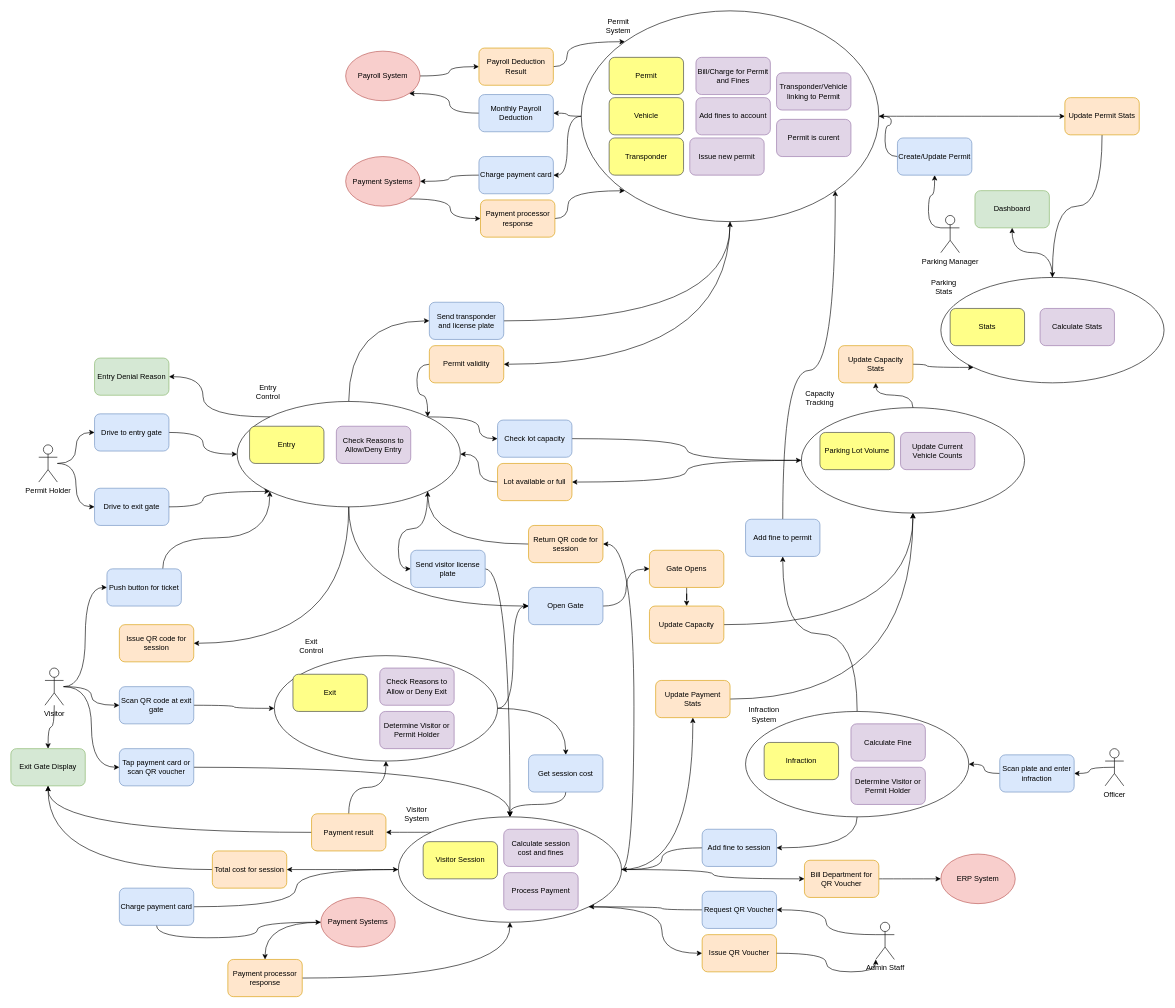
Earlier version of the draw.io diagram mvp.drawio (harwoodr/drawio). Source tidied: cells renumbered, new cells numbered last; positions are measured from the earlier drawing's top-left corner, leaving out a move shared by most shapes. Both pictures are drawn from the tidied source at 62%, with x=0, y=0 at pixel (11, 11).
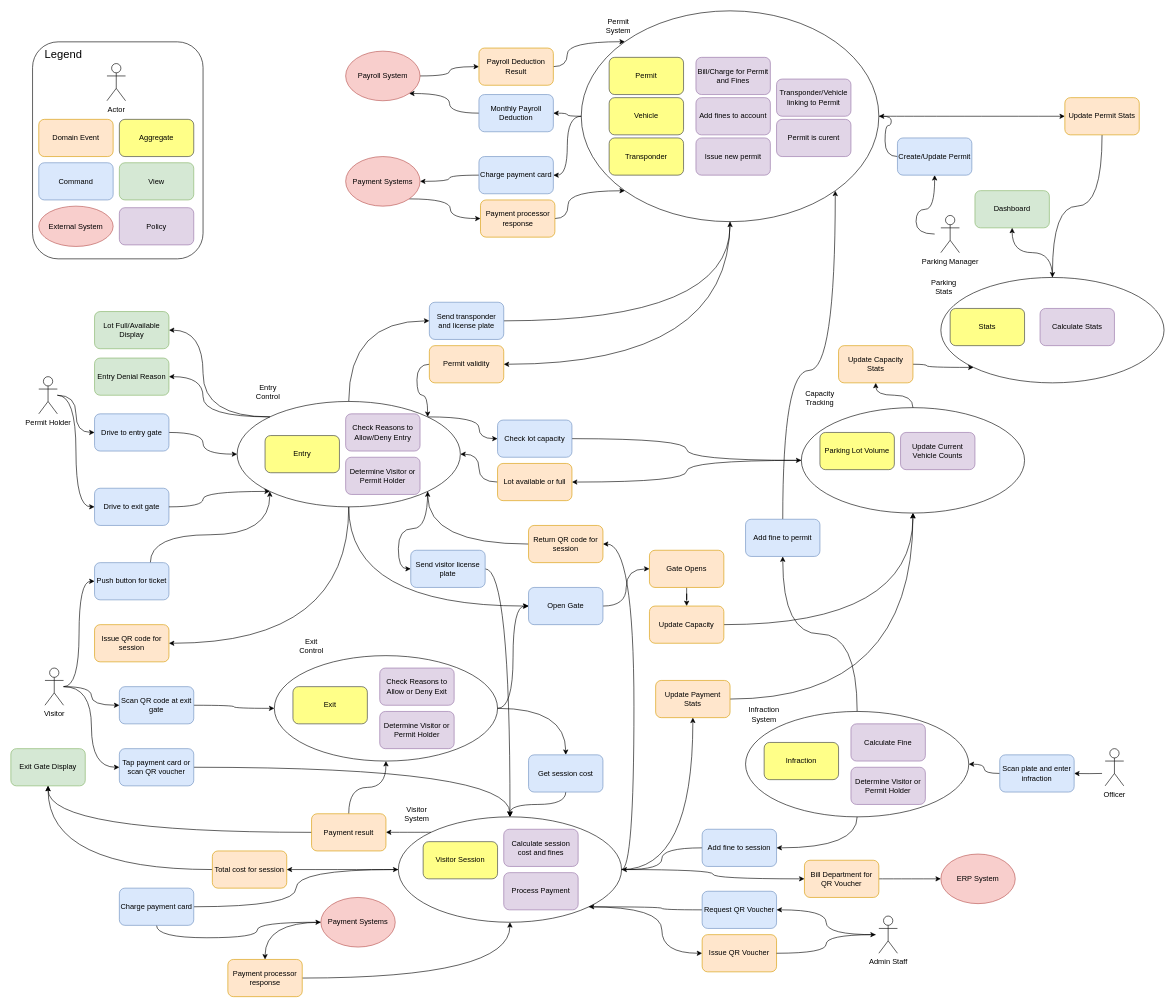
The same page after the edit.

The change refers to these unchanged cells:
```xml
<mxCell id="15" style="ellipse;whiteSpace=wrap;html=1;fillColor=none;rounded=1;" parent="1" vertex="1">
  <mxGeometry x="365" y="630" width="360" height="170" as="geometry" />
</mxCell>
<mxCell id="36" value="Exit Gate Display" style="rounded=1;whiteSpace=wrap;html=1;fillColor=#d5e8d4;strokeColor=#82b366;" parent="1" vertex="1">
  <mxGeometry y="1190" width="120" height="60" as="geometry" />
</mxCell>
<mxCell id="43" value="Visitor" style="shape=umlActor;verticalLabelPosition=bottom;verticalAlign=top;html=1;rounded=1;" parent="1" vertex="1">
  <mxGeometry x="55" y="1060" width="30" height="60" as="geometry" />
</mxCell>
<mxCell id="76" value="Officer" style="shape=umlActor;verticalLabelPosition=bottom;verticalAlign=top;html=1;outlineConnect=0;rounded=1;" parent="1" vertex="1">
  <mxGeometry x="1765" y="1190" width="30" height="60" as="geometry" />
</mxCell>
<mxCell id="81" value="Parking Manager" style="shape=umlActor;verticalLabelPosition=bottom;verticalAlign=top;html=1;outlineConnect=0;rounded=1;" parent="1" vertex="1">
  <mxGeometry x="1500" y="330" width="30" height="60" as="geometry" />
</mxCell>
<mxCell id="86" value="Scan plate and enter infraction" style="rounded=1;whiteSpace=wrap;html=1;fillColor=#dae8fc;strokeColor=#6c8ebf;" parent="1" vertex="1">
  <mxGeometry x="1595" y="1200" width="120" height="60" as="geometry" />
</mxCell>
<mxCell id="135" value="Create/Update Permit" style="rounded=1;whiteSpace=wrap;html=1;fillColor=#dae8fc;strokeColor=#6c8ebf;" parent="1" vertex="1">
  <mxGeometry x="1430" y="205" width="120" height="60" as="geometry" />
</mxCell>
<mxCell id="138" value="Request QR Voucher" style="rounded=1;whiteSpace=wrap;html=1;fillColor=#dae8fc;strokeColor=#6c8ebf;" parent="1" vertex="1">
  <mxGeometry x="1115" y="1420" width="120" height="60" as="geometry" />
</mxCell>
<mxCell id="139" value="Issue QR Voucher" style="rounded=1;whiteSpace=wrap;html=1;fillColor=#ffe6cc;strokeColor=#d79b00;" parent="1" vertex="1">
  <mxGeometry x="1115" y="1490" width="120" height="60" as="geometry" />
</mxCell>
```

Change to the diagram source:
```diff
@@
+    <mxCell id="155" style="edgeStyle=orthogonalEdgeStyle;rounded=0;jettySize=auto;html=1;exitX=0;exitY=0;exitDx=0;exitDy=0;entryX=1;entryY=0.5;entryDx=0;entryDy=0;curved=1;" parent="1" edge="1" source="15" target="157">
+      <mxGeometry relative="1" as="geometry" />
+    </mxCell>
@@
     <mxCell id="26" value="Permit Holder" style="shape=umlActor;verticalLabelPosition=bottom;verticalAlign=top;html=1;rounded=1;" parent="1" vertex="1">
-      <mxGeometry x="45" y="700" width="30" height="60" as="geometry" />
+      <mxGeometry x="45" y="590" width="30" height="60" as="geometry" />
     </mxCell>
     <mxCell id="27" value="Entry" style="rounded=1;whiteSpace=wrap;html=1;fillColor=#ffff88;strokeColor=#36393d;" parent="1" vertex="1">
-      <mxGeometry x="385" y="670" width="120" height="60" as="geometry" />
+      <mxGeometry x="410" y="685" width="120" height="60" as="geometry" />
     </mxCell>
@@
     <mxCell id="31" value="Issue QR code for session" style="rounded=1;whiteSpace=wrap;html=1;fillColor=#ffe6cc;strokeColor=#d79b00;" parent="1" vertex="1">
-      <mxGeometry x="175" y="990" width="120" height="60" as="geometry" />
+      <mxGeometry x="135" y="990" width="120" height="60" as="geometry" />
     </mxCell>
@@
     <mxCell id="33" value="Push button for ticket" style="rounded=1;whiteSpace=wrap;html=1;fillColor=#dae8fc;strokeColor=#6c8ebf;" parent="1" vertex="1">
-      <mxGeometry x="155" y="900" width="120" height="60" as="geometry" />
+      <mxGeometry x="135" y="890" width="120" height="60" as="geometry" />
     </mxCell>
@@
-    <mxCell id="39" style="edgeStyle=orthogonalEdgeStyle;rounded=1;jettySize=auto;html=1;entryX=0.5;entryY=0;entryDx=0;entryDy=0;curved=1;" parent="1" edge="1" source="43" target="36">
-      <mxGeometry relative="1" as="geometry" />
-    </mxCell>
@@
-    <mxCell id="75" style="edgeStyle=orthogonalEdgeStyle;rounded=1;jettySize=auto;html=1;exitX=0.5;exitY=0.5;exitDx=0;exitDy=0;exitPerimeter=0;entryX=1;entryY=0.5;entryDx=0;entryDy=0;curved=1;" parent="1" edge="1" source="76" target="86">
-      <mxGeometry relative="1" as="geometry" />
+    <mxCell id="75" style="edgeStyle=orthogonalEdgeStyle;rounded=1;jettySize=auto;html=1;entryX=1;entryY=0.5;entryDx=0;entryDy=0;curved=1;" parent="1" edge="1" target="86">
+      <mxGeometry relative="1" as="geometry">
+        <mxPoint x="1760" y="1230" as="sourcePoint" />
+      </mxGeometry>
     </mxCell>
@@
-    <mxCell id="80" style="edgeStyle=orthogonalEdgeStyle;rounded=0;jettySize=auto;html=1;exitX=0;exitY=0.3333333333333333;exitDx=0;exitDy=0;exitPerimeter=0;entryX=0.5;entryY=1;entryDx=0;entryDy=0;curved=1;" parent="1" edge="1" source="81" target="135">
-      <mxGeometry relative="1" as="geometry" />
+    <mxCell id="80" style="edgeStyle=orthogonalEdgeStyle;rounded=0;jettySize=auto;html=1;entryX=0.5;entryY=1;entryDx=0;entryDy=0;curved=1;" parent="1" edge="1" target="135">
+      <mxGeometry relative="1" as="geometry">
+        <mxPoint x="1490" y="360" as="sourcePoint" />
+        <Array as="points">
+          <mxPoint x="1460" y="360" />
+          <mxPoint x="1460" y="320" />
+          <mxPoint x="1490" y="320" />
+        </Array>
+      </mxGeometry>
     </mxCell>
@@
     <mxCell id="92" value="Exit" style="rounded=1;whiteSpace=wrap;html=1;fillColor=#ffff88;strokeColor=#36393d;" parent="1" vertex="1">
-      <mxGeometry x="455" y="1070" width="120" height="60" as="geometry" />
+      <mxGeometry x="455" y="1090" width="120" height="60" as="geometry" />
     </mxCell>
@@
     <mxCell id="108" value="Transponder/Vehicle linking to Permit" style="rounded=1;whiteSpace=wrap;html=1;fillColor=#e1d5e7;strokeColor=#9673a6;" parent="1" vertex="1">
-      <mxGeometry x="1235" y="100" width="120" height="60" as="geometry" />
+      <mxGeometry x="1235" y="110" width="120" height="60" as="geometry" />
     </mxCell>
     <mxCell id="109" value="Check Reasons to Allow/Deny Entry" style="rounded=1;whiteSpace=wrap;html=1;fillColor=#e1d5e7;strokeColor=#9673a6;" parent="1" vertex="1">
-      <mxGeometry x="525" y="670" width="120" height="60" as="geometry" />
+      <mxGeometry x="540" y="650" width="120" height="60" as="geometry" />
     </mxCell>
@@
-    <mxCell id="118" style="edgeStyle=orthogonalEdgeStyle;rounded=0;jettySize=auto;html=1;exitX=0;exitY=0.3333333333333333;exitDx=0;exitDy=0;exitPerimeter=0;entryX=1;entryY=0.5;entryDx=0;entryDy=0;curved=1;" parent="1" edge="1" source="119" target="138">
-      <mxGeometry relative="1" as="geometry" />
+    <mxCell id="118" style="edgeStyle=orthogonalEdgeStyle;rounded=0;jettySize=auto;html=1;exitX=0;exitY=0.3333333333333333;exitDx=0;exitDy=0;exitPerimeter=0;entryX=1;entryY=0.5;entryDx=0;entryDy=0;curved=1;" parent="1" edge="1" target="138">
+      <mxGeometry relative="1" as="geometry">
+        <mxPoint x="1395" y="1490" as="sourcePoint" />
+      </mxGeometry>
     </mxCell>
-    <mxCell id="119" value="Admin Staff" style="shape=umlActor;verticalLabelPosition=bottom;verticalAlign=top;html=1;outlineConnect=0;rounded=1;" parent="1" vertex="1">
-      <mxGeometry x="1395" y="1470" width="30" height="60" as="geometry" />
-    </mxCell>
@@
     <mxCell id="133" value="Issue new permit" style="rounded=1;whiteSpace=wrap;html=1;fillColor=#e1d5e7;strokeColor=#9673a6;" parent="1" vertex="1">
-      <mxGeometry x="1095" y="205" width="120" height="60" as="geometry" />
+      <mxGeometry x="1105" y="205" width="120" height="60" as="geometry" />
     </mxCell>
@@
-    <mxCell id="140" style="edgeStyle=orthogonalEdgeStyle;rounded=0;jettySize=auto;html=1;exitX=1;exitY=0.5;exitDx=0;exitDy=0;entryX=0;entryY=1;entryDx=0;entryDy=0;entryPerimeter=0;curved=1;" parent="1" edge="1" source="139" target="119">
-      <mxGeometry relative="1" as="geometry" />
+    <mxCell id="140" style="edgeStyle=orthogonalEdgeStyle;rounded=0;jettySize=auto;html=1;exitX=1;exitY=0.5;exitDx=0;exitDy=0;entryX=0;entryY=0.3333333333333333;entryDx=0;entryDy=0;entryPerimeter=0;curved=1;" parent="1" edge="1" source="139">
+      <mxGeometry relative="1" as="geometry">
+        <mxPoint x="1395" y="1490" as="targetPoint" />
+      </mxGeometry>
     </mxCell>
@@
+    <mxCell id="156" value="Determine Visitor or Permit Holder" style="rounded=1;whiteSpace=wrap;html=1;fillColor=#e1d5e7;strokeColor=#9673a6;" parent="1" vertex="1">
+      <mxGeometry x="540" y="720" width="120" height="60" as="geometry" />
+    </mxCell>
+    <mxCell id="157" value="Lot Full/Available Display" style="rounded=1;whiteSpace=wrap;html=1;fillColor=#d5e8d4;strokeColor=#82b366;" parent="1" vertex="1">
+      <mxGeometry x="135" y="485" width="120" height="60" as="geometry" />
+    </mxCell>
+    <mxCell id="158" value="Domain Event" style="rounded=1;whiteSpace=wrap;html=1;fillColor=#ffe6cc;strokeColor=#d79b00;" parent="1" vertex="1">
+      <mxGeometry x="45" y="175" width="120" height="60" as="geometry" />
+    </mxCell>
+    <mxCell id="159" value="Aggregate" style="rounded=1;whiteSpace=wrap;html=1;fillColor=#ffff88;strokeColor=#36393d;" parent="1" vertex="1">
+      <mxGeometry x="175" y="175" width="120" height="60" as="geometry" />
+    </mxCell>
+    <mxCell id="160" value="Command" style="rounded=1;whiteSpace=wrap;html=1;fillColor=#dae8fc;strokeColor=#6c8ebf;" parent="1" vertex="1">
+      <mxGeometry x="45" y="245" width="120" height="60" as="geometry" />
+    </mxCell>
+    <mxCell id="161" value="View" style="rounded=1;whiteSpace=wrap;html=1;fillColor=#d5e8d4;strokeColor=#82b366;" parent="1" vertex="1">
+      <mxGeometry x="175" y="245" width="120" height="60" as="geometry" />
+    </mxCell>
+    <mxCell id="162" value="External System" style="ellipse;whiteSpace=wrap;html=1;fillColor=#f8cecc;strokeColor=#b85450;rounded=1;" parent="1" vertex="1">
+      <mxGeometry x="45" y="315" width="120" height="65" as="geometry" />
+    </mxCell>
+    <mxCell id="163" value="Policy" style="rounded=1;whiteSpace=wrap;html=1;fillColor=#e1d5e7;strokeColor=#9673a6;" parent="1" vertex="1">
+      <mxGeometry x="175" y="317.5" width="120" height="60" as="geometry" />
+    </mxCell>
+    <mxCell id="164" value="Actor" style="shape=umlActor;verticalLabelPosition=bottom;verticalAlign=top;html=1;rounded=1;" parent="1" vertex="1">
+      <mxGeometry x="155" y="85" width="30" height="60" as="geometry" />
+    </mxCell>
+    <mxCell id="165" value="&lt;font style=&quot;font-size: 18px;&quot;&gt;Legend&lt;/font&gt;" style="text;html=1;align=center;verticalAlign=middle;whiteSpace=wrap;rounded=0;" parent="1" vertex="1">
+      <mxGeometry x="55" y="55" width="60" height="30" as="geometry" />
+    </mxCell>
+    <mxCell id="166" style="rounded=1;whiteSpace=wrap;html=1;fillColor=none;" parent="1" vertex="1">
+      <mxGeometry x="35" y="50" width="275" height="350" as="geometry" />
+    </mxCell>
+    <mxCell id="119" value="Admin Staff" style="shape=umlActor;verticalLabelPosition=bottom;verticalAlign=top;html=1;outlineConnect=0;rounded=1;" parent="1" vertex="1">
+      <mxGeometry x="1400" y="1460" width="30" height="60" as="geometry" />
+    </mxCell>
```
